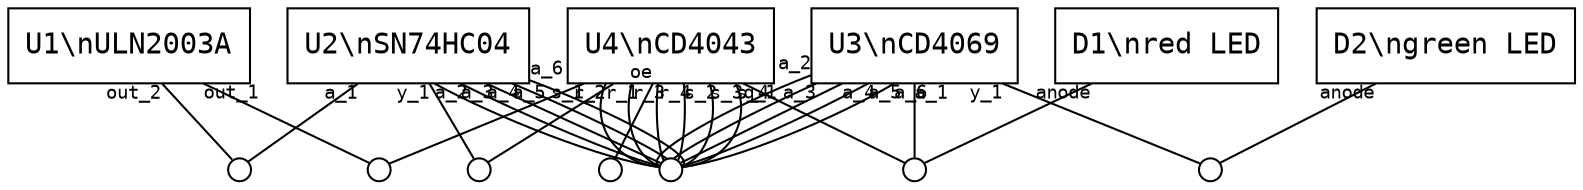
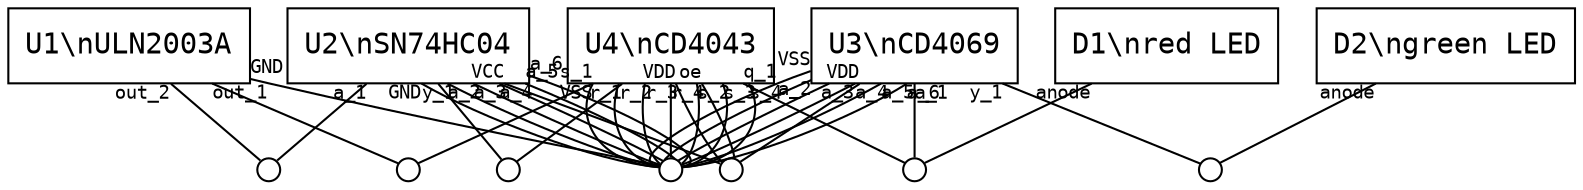
digraph "WaterAlarm" {
  rankdir=TB;
  node [shape=box, fontname="monospace"];
  U1 [label="U1\\nULN2003A"];
  U2 [label="U2\\nSN74HC04"];
  U3 [label="U3\\nCD4069"];
  U4 [label="U4\\nCD4043"];
  D1 [label="D1\\nred LED"];
  D2 [label="D2\\ngreen LED"];
  // Nets
  node [shape=circle, label="", width=0.15, fixedsize=true];
-   gnd; net_18; net_2; net_3; net_4; net_5; vcc;
+   gnd; net_20; net_4; net_5; net_6; net_7; vcc;
  // Edges (component -- net, taillabel = port name)
  edge [arrowhead=none, fontname="monospace", fontsize=9];
-   D1 -> net_3 [taillabel="anode"];
-   D2 -> net_2 [taillabel="anode"];
-   U1 -> net_5 [taillabel="out_1"];
-   U1 -> net_18 [taillabel="out_2"];
-   U2 -> net_18 [taillabel="a_1"];
+   D1 -> net_5 [taillabel="anode"];
+   D2 -> net_4 [taillabel="anode"];
+   U1 -> gnd [taillabel="GND"];
+   U1 -> net_7 [taillabel="out_1"];
+   U1 -> net_20 [taillabel="out_2"];
+   U2 -> gnd [taillabel="GND"];
+   U2 -> vcc [taillabel="VCC"];
+   U2 -> net_20 [taillabel="a_1"];
  U2 -> gnd [taillabel="a_2"];
  U2 -> gnd [taillabel="a_3"];
  U2 -> gnd [taillabel="a_4"];
  U2 -> gnd [taillabel="a_5"];
  U2 -> gnd [taillabel="a_6"];
-   U2 -> net_4 [taillabel="y_1"];
-   U3 -> net_3 [taillabel="a_1"];
+   U2 -> net_6 [taillabel="y_1"];
+   U3 -> vcc [taillabel="VDD"];
+   U3 -> gnd [taillabel="VSS"];
+   U3 -> net_5 [taillabel="a_1"];
  U3 -> gnd [taillabel="a_2"];
  U3 -> gnd [taillabel="a_3"];
  U3 -> gnd [taillabel="a_4"];
  U3 -> gnd [taillabel="a_5"];
  U3 -> gnd [taillabel="a_6"];
-   U3 -> net_2 [taillabel="y_1"];
+   U3 -> net_4 [taillabel="y_1"];
+   U4 -> vcc [taillabel="VDD"];
+   U4 -> gnd [taillabel="VSS"];
  U4 -> vcc [taillabel="oe"];
-   U4 -> net_3 [taillabel="q_1"];
-   U4 -> net_4 [taillabel="r_1"];
+   U4 -> net_5 [taillabel="q_1"];
+   U4 -> net_6 [taillabel="r_1"];
  U4 -> gnd [taillabel="r_2"];
  U4 -> gnd [taillabel="r_3"];
  U4 -> gnd [taillabel="r_4"];
-   U4 -> net_5 [taillabel="s_1"];
+   U4 -> net_7 [taillabel="s_1"];
  U4 -> gnd [taillabel="s_2"];
  U4 -> gnd [taillabel="s_3"];
  U4 -> gnd [taillabel="s_4"];
}
